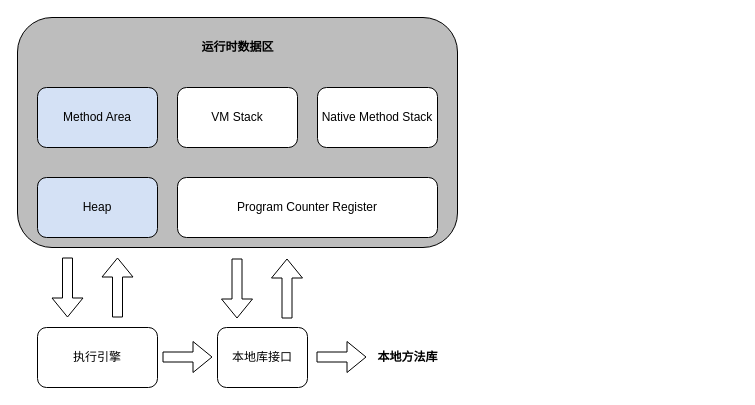
ab-doc/draw.io keeps this draw.io diagram as page "Page-21" (21 of 21) of src/blogs.drawio. Above is the earlier version. Source tidied: cells renumbered, new cells numbered last; positions are measured from the earlier drawing's top-left corner, leaving out a move shared by most shapes. Both pictures are drawn from the tidied source at 100%, with x=0, y=0 at pixel (17, 17).
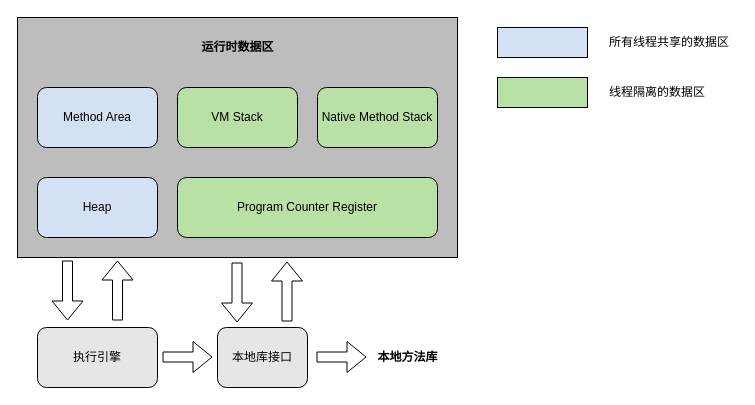
Above is the later version.

Change to the diagram source:
```diff
@@
-    <mxCell id="2" style="rounded=1;whiteSpace=wrap;html=1;fillColor=#BDBDBD;" parent="1" vertex="1">
-      <mxGeometry width="440" height="230" as="geometry" />
+    <mxCell id="2" style="rounded=0;whiteSpace=wrap;html=1;fillColor=#BDBDBD;" parent="1" vertex="1">
+      <mxGeometry width="440" height="240" as="geometry" />
     </mxCell>
@@
-    <mxCell id="4" value="VM Stack" style="rounded=1;whiteSpace=wrap;html=1;" parent="1" vertex="1">
+    <mxCell id="4" value="VM Stack" style="rounded=1;whiteSpace=wrap;html=1;fillColor=#B9E0A5;" parent="1" vertex="1">
       <mxGeometry x="160" y="70" width="120" height="60" as="geometry" />
     </mxCell>
-    <mxCell id="5" value="Native Method Stack" style="rounded=1;whiteSpace=wrap;html=1;" parent="1" vertex="1">
+    <mxCell id="5" value="Native Method Stack" style="rounded=1;whiteSpace=wrap;html=1;fillColor=#B9E0A5;" parent="1" vertex="1">
       <mxGeometry x="300" y="70" width="120" height="60" as="geometry" />
     </mxCell>
@@
-    <mxCell id="7" value="Program Counter Register" style="rounded=1;whiteSpace=wrap;html=1;" parent="1" vertex="1">
+    <mxCell id="7" value="Program Counter Register" style="rounded=1;whiteSpace=wrap;html=1;fillColor=#B9E0A5;" parent="1" vertex="1">
       <mxGeometry x="160" y="160" width="260" height="60" as="geometry" />
     </mxCell>
-    <mxCell id="8" value="执行引擎" style="rounded=1;whiteSpace=wrap;html=1;" parent="1" vertex="1">
+    <mxCell id="8" value="执行引擎" style="rounded=1;whiteSpace=wrap;html=1;fillColor=#E6E6E6;" parent="1" vertex="1">
       <mxGeometry x="20" y="310" width="120" height="60" as="geometry" />
     </mxCell>
-    <mxCell id="9" value="本地库接口" style="rounded=1;whiteSpace=wrap;html=1;" parent="1" vertex="1">
+    <mxCell id="9" value="本地库接口" style="rounded=1;whiteSpace=wrap;html=1;fillColor=#E6E6E6;" parent="1" vertex="1">
       <mxGeometry x="200" y="310" width="90" height="60" as="geometry" />
     </mxCell>
     <mxCell id="10" style="shape=flexArrow;endArrow=classic;html=1;" parent="1" edge="1">
       <mxGeometry relative="1" as="geometry">
-        <mxPoint x="50" y="240" as="sourcePoint" />
-        <mxPoint x="50" y="300" as="targetPoint" />
+        <mxPoint x="50" y="243" as="sourcePoint" />
+        <mxPoint x="50" y="303" as="targetPoint" />
       </mxGeometry>
     </mxCell>
     <mxCell id="11" style="shape=flexArrow;endArrow=classic;html=1;" parent="1" edge="1">
       <mxGeometry relative="1" as="geometry">
-        <mxPoint x="100" y="300" as="sourcePoint" />
-        <mxPoint x="100" y="240" as="targetPoint" />
+        <mxPoint x="100" y="303" as="sourcePoint" />
+        <mxPoint x="100" y="243" as="targetPoint" />
       </mxGeometry>
     </mxCell>
@@
     <mxCell id="15" style="shape=flexArrow;endArrow=classic;html=1;" parent="1" edge="1">
       <mxGeometry relative="1" as="geometry">
-        <mxPoint x="219.5" y="241" as="sourcePoint" />
-        <mxPoint x="219.5" y="301" as="targetPoint" />
+        <mxPoint x="219.5" y="245" as="sourcePoint" />
+        <mxPoint x="219.5" y="305" as="targetPoint" />
       </mxGeometry>
     </mxCell>
     <mxCell id="16" style="shape=flexArrow;endArrow=classic;html=1;" parent="1" edge="1">
       <mxGeometry relative="1" as="geometry">
-        <mxPoint x="269.5" y="301" as="sourcePoint" />
-        <mxPoint x="269.5" y="241" as="targetPoint" />
+        <mxPoint x="269.5" y="304" as="sourcePoint" />
+        <mxPoint x="269.5" y="244" as="targetPoint" />
       </mxGeometry>
     </mxCell>
@@
+    <mxCell id="18" style="rounded=0;whiteSpace=wrap;html=1;fillColor=#D4E1F5;" parent="1" vertex="1">
+      <mxGeometry x="480" y="10" width="90" height="30" as="geometry" />
+    </mxCell>
+    <mxCell id="19" style="rounded=0;whiteSpace=wrap;html=1;fillColor=#B9E0A5;" parent="1" vertex="1">
+      <mxGeometry x="480" y="60" width="90" height="30" as="geometry" />
+    </mxCell>
+    <mxCell id="20" value="所有线程共享的数据区" style="text;html=1;strokeColor=none;fillColor=none;align=left;verticalAlign=middle;whiteSpace=wrap;rounded=0;" parent="1" vertex="1">
+      <mxGeometry x="590" y="15" width="130" height="20" as="geometry" />
+    </mxCell>
+    <mxCell id="21" value="线程隔离的数据区" style="text;html=1;strokeColor=none;fillColor=none;align=left;verticalAlign=middle;whiteSpace=wrap;rounded=0;" parent="1" vertex="1">
+      <mxGeometry x="590" y="65" width="130" height="20" as="geometry" />
+    </mxCell>
```
